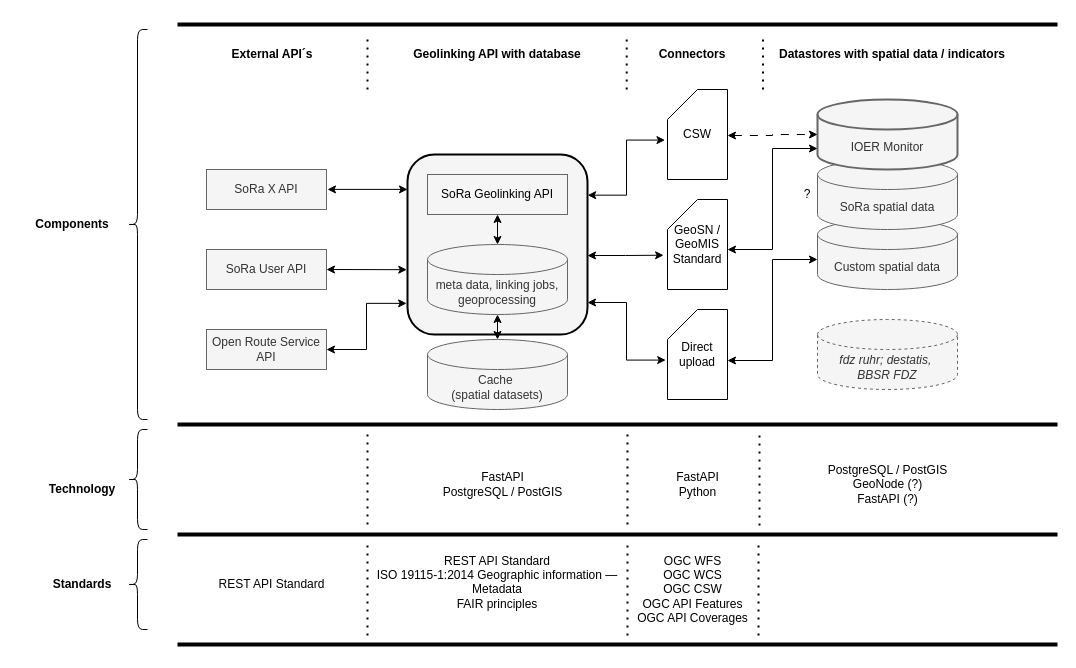
traveller195/draw_io keeps this draw.io diagram as sora/sora_geolinking_network_v5_fuer_SAB.drawio. Above is the earlier version. Source tidied: cells renumbered, new cells numbered last; positions are measured from the earlier drawing's top-left corner, leaving out a move shared by most shapes. Both pictures are drawn from the tidied source at 100%, with x=0, y=0 at pixel (17, 19).
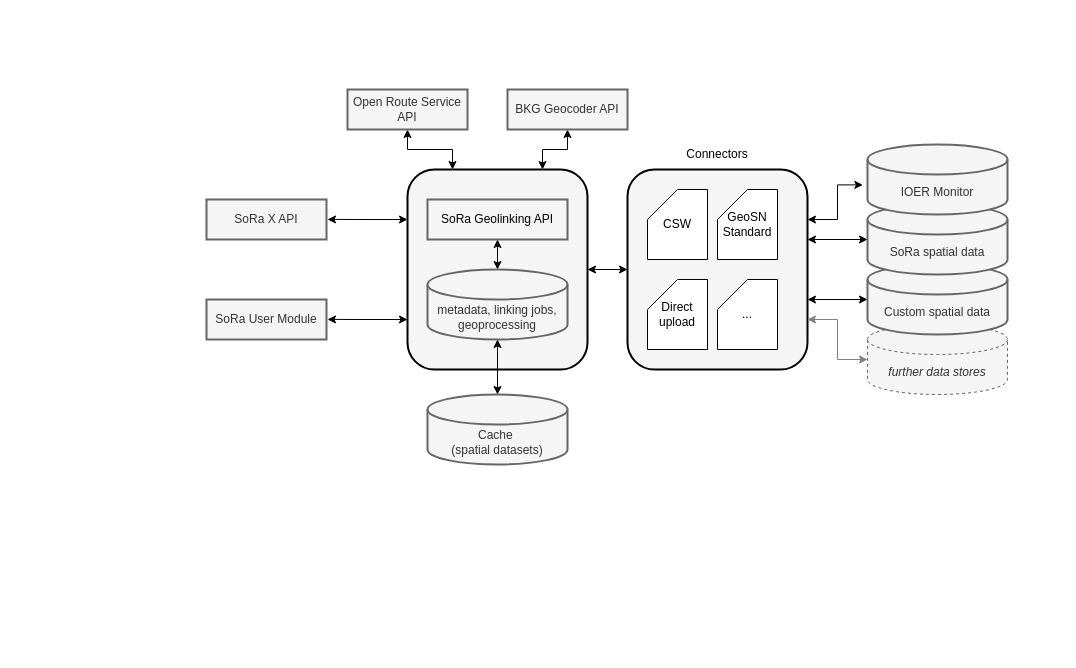
After the change.

What changed in the source:
```diff
@@
+    <mxCell id="5" value="&lt;div&gt;&lt;i&gt;further data stores&lt;br&gt;&lt;/i&gt;&lt;/div&gt;" style="shape=cylinder3;whiteSpace=wrap;html=1;boundedLbl=1;backgroundOutline=1;size=15;fillColor=#f5f5f5;fontColor=#333333;strokeColor=#666666;dashed=1;" parent="1" vertex="1">
+      <mxGeometry x="850" y="305" width="140" height="70" as="geometry" />
+    </mxCell>
+    <mxCell id="57" style="rounded=1;whiteSpace=wrap;html=1;fillColor=#F5F5F5;strokeWidth=2;" parent="1" vertex="1">
+      <mxGeometry x="610" y="150" width="180" height="200" as="geometry" />
+    </mxCell>
-    <mxCell id="2" value="&lt;div&gt;Cache&amp;nbsp;&lt;/div&gt;&lt;div&gt;(spatial datasets)&lt;br&gt;&lt;/div&gt;" style="shape=cylinder3;whiteSpace=wrap;html=1;boundedLbl=1;backgroundOutline=1;size=15;fillColor=#f5f5f5;fontColor=#333333;strokeColor=#666666;" parent="1" vertex="1">
-      <mxGeometry x="410" y="320" width="140" height="70" as="geometry" />
+    <mxCell id="2" value="&lt;div&gt;Cache&amp;nbsp;&lt;/div&gt;&lt;div&gt;(spatial datasets)&lt;br&gt;&lt;/div&gt;" style="shape=cylinder3;whiteSpace=wrap;html=1;boundedLbl=1;backgroundOutline=1;size=15;fillColor=#f5f5f5;fontColor=#333333;strokeColor=#666666;strokeWidth=2;" parent="1" vertex="1">
+      <mxGeometry x="410" y="375" width="140" height="70" as="geometry" />
     </mxCell>
-    <mxCell id="3" value="Custom spatial data" style="shape=cylinder3;whiteSpace=wrap;html=1;boundedLbl=1;backgroundOutline=1;size=15;fillColor=#f5f5f5;fontColor=#333333;strokeColor=#666666;" parent="1" vertex="1">
-      <mxGeometry x="800" y="200" width="140" height="70" as="geometry" />
+    <mxCell id="3" value="Custom spatial data" style="shape=cylinder3;whiteSpace=wrap;html=1;boundedLbl=1;backgroundOutline=1;size=15;fillColor=#f5f5f5;fontColor=#333333;strokeColor=#666666;strokeWidth=2;" parent="1" vertex="1">
+      <mxGeometry x="850" y="245" width="140" height="70" as="geometry" />
     </mxCell>
+    <mxCell id="58" style="edgeStyle=orthogonalEdgeStyle;rounded=0;jettySize=auto;html=1;exitX=1;exitY=0.5;exitDx=0;exitDy=0;entryX=0;entryY=0.5;entryDx=0;entryDy=0;startArrow=classic;startFill=1;" parent="1" edge="1" source="4" target="57">
+      <mxGeometry relative="1" as="geometry" />
+    </mxCell>
+    <mxCell id="59" style="edgeStyle=orthogonalEdgeStyle;rounded=0;jettySize=auto;html=1;exitX=0.25;exitY=0;exitDx=0;exitDy=0;entryX=0.5;entryY=1;entryDx=0;entryDy=0;startArrow=classic;startFill=1;" parent="1" edge="1" source="4" target="8">
+      <mxGeometry relative="1" as="geometry" />
+    </mxCell>
+    <mxCell id="60" style="edgeStyle=orthogonalEdgeStyle;rounded=0;jettySize=auto;html=1;exitX=0.75;exitY=0;exitDx=0;exitDy=0;entryX=0.5;entryY=1;entryDx=0;entryDy=0;startArrow=classic;startFill=1;" parent="1" edge="1" source="4" target="63">
+      <mxGeometry relative="1" as="geometry" />
+    </mxCell>
+    <mxCell id="61" style="edgeStyle=orthogonalEdgeStyle;rounded=0;jettySize=auto;html=1;exitX=0;exitY=0.25;exitDx=0;exitDy=0;startArrow=classic;startFill=1;" parent="1" edge="1" source="4">
+      <mxGeometry relative="1" as="geometry">
+        <mxPoint x="310" y="199.9" as="targetPoint" />
+      </mxGeometry>
+    </mxCell>
+    <mxCell id="62" style="edgeStyle=orthogonalEdgeStyle;rounded=0;jettySize=auto;html=1;exitX=0;exitY=0.75;exitDx=0;exitDy=0;startArrow=classic;startFill=1;" parent="1" edge="1" source="4">
+      <mxGeometry relative="1" as="geometry">
+        <mxPoint x="310" y="299.9" as="targetPoint" />
+      </mxGeometry>
+    </mxCell>
     <mxCell id="4" style="rounded=1;whiteSpace=wrap;html=1;fillColor=#F5F5F5;strokeWidth=2;" parent="1" vertex="1">
-      <mxGeometry x="390" y="135" width="180" height="180" as="geometry" />
+      <mxGeometry x="390" y="150" width="180" height="200" as="geometry" />
     </mxCell>
-    <mxCell id="5" value="&lt;div&gt;&lt;i&gt;fdz ruhr; destatis,&amp;nbsp;&lt;/i&gt;&lt;/div&gt;&lt;div&gt;&lt;i&gt;BBSR FDZ&lt;/i&gt;&lt;/div&gt;" style="shape=cylinder3;whiteSpace=wrap;html=1;boundedLbl=1;backgroundOutline=1;size=15;fillColor=#f5f5f5;fontColor=#333333;strokeColor=#666666;dashed=1;" parent="1" vertex="1">
-      <mxGeometry x="800" y="300" width="140" height="70" as="geometry" />
-    </mxCell>
-    <mxCell id="6" value="SoRa X API" style="rounded=0;whiteSpace=wrap;html=1;fillColor=#f5f5f5;fontColor=#333333;strokeColor=#666666;" parent="1" vertex="1">
-      <mxGeometry x="189" y="150" width="120" height="40" as="geometry" />
+    <mxCell id="6" value="SoRa X API" style="rounded=0;whiteSpace=wrap;html=1;fillColor=#f5f5f5;fontColor=#333333;strokeColor=#666666;strokeWidth=2;" parent="1" vertex="1">
+      <mxGeometry x="189" y="180" width="120" height="40" as="geometry" />
     </mxCell>
-    <mxCell id="7" value="SoRa User API" style="rounded=0;whiteSpace=wrap;html=1;fillColor=#f5f5f5;fontColor=#333333;strokeColor=#666666;" parent="1" vertex="1">
-      <mxGeometry x="189" y="230" width="120" height="40" as="geometry" />
+    <mxCell id="7" value="SoRa User Module" style="rounded=0;whiteSpace=wrap;html=1;fillColor=#f5f5f5;fontColor=#333333;strokeColor=#666666;strokeWidth=2;" parent="1" vertex="1">
+      <mxGeometry x="189" y="280" width="120" height="40" as="geometry" />
     </mxCell>
-    <mxCell id="8" value="Open Route Service API" style="rounded=0;whiteSpace=wrap;html=1;fillColor=#f5f5f5;fontColor=#333333;strokeColor=#666666;" parent="1" vertex="1">
-      <mxGeometry x="189" y="310" width="120" height="40" as="geometry" />
+    <mxCell id="8" value="Open Route Service API" style="rounded=0;whiteSpace=wrap;html=1;fillColor=#f5f5f5;fontColor=#333333;strokeColor=#666666;strokeWidth=2;" parent="1" vertex="1">
+      <mxGeometry x="330" y="70" width="120" height="40" as="geometry" />
     </mxCell>
-    <mxCell id="9" value="SoRa Geolinking API" style="rounded=0;whiteSpace=wrap;html=1;fillColor=#F5F5F5;strokeColor=#666666;" parent="1" vertex="1">
-      <mxGeometry x="410" y="155" width="140" height="40" as="geometry" />
+    <mxCell id="9" value="SoRa Geolinking API" style="rounded=0;whiteSpace=wrap;html=1;fillColor=#F5F5F5;strokeColor=#666666;strokeWidth=2;" parent="1" vertex="1">
+      <mxGeometry x="410" y="180" width="140" height="40" as="geometry" />
     </mxCell>
-    <mxCell id="10" value="SoRa spatial data" style="shape=cylinder3;whiteSpace=wrap;html=1;boundedLbl=1;backgroundOutline=1;size=15;fillColor=#f5f5f5;fontColor=#333333;strokeColor=#666666;" parent="1" vertex="1">
-      <mxGeometry x="800" y="140" width="140" height="70" as="geometry" />
+    <mxCell id="10" value="SoRa spatial data" style="shape=cylinder3;whiteSpace=wrap;html=1;boundedLbl=1;backgroundOutline=1;size=15;fillColor=#f5f5f5;fontColor=#333333;strokeColor=#666666;strokeWidth=2;" parent="1" vertex="1">
+      <mxGeometry x="850" y="185" width="140" height="70" as="geometry" />
     </mxCell>
     <mxCell id="11" value="IOER Monitor" style="shape=cylinder3;whiteSpace=wrap;html=1;boundedLbl=1;backgroundOutline=1;size=15;fillColor=#f5f5f5;fontColor=#333333;strokeColor=#666666;strokeWidth=2;" parent="1" vertex="1">
-      <mxGeometry x="800" y="80" width="140" height="70" as="geometry" />
+      <mxGeometry x="850" y="125" width="140" height="70" as="geometry" />
     </mxCell>
-    <mxCell id="12" value="meta data, linking jobs, geoprocessing" style="shape=cylinder3;whiteSpace=wrap;html=1;boundedLbl=1;backgroundOutline=1;size=15;fillColor=#f5f5f5;fontColor=#333333;strokeColor=#666666;" parent="1" vertex="1">
-      <mxGeometry x="410" y="225" width="140" height="70" as="geometry" />
+    <mxCell id="12" value="metadata, linking jobs, geoprocessing" style="shape=cylinder3;whiteSpace=wrap;html=1;boundedLbl=1;backgroundOutline=1;size=15;fillColor=#f5f5f5;fontColor=#333333;strokeColor=#666666;strokeWidth=2;" parent="1" vertex="1">
+      <mxGeometry x="410" y="250" width="140" height="70" as="geometry" />
     </mxCell>
-    <mxCell id="13" value="&lt;div&gt;FastAPI&lt;/div&gt;&lt;div&gt;Python&lt;br&gt;&lt;/div&gt;" style="text;html=1;strokeColor=none;fillColor=none;align=center;verticalAlign=middle;whiteSpace=wrap;rounded=0;" parent="1" vertex="1">
-      <mxGeometry x="614.5" y="450" width="131" height="30" as="geometry" />
-    </mxCell>
-    <mxCell id="14" value="Geolinking API with database" style="text;html=1;strokeColor=none;fillColor=none;align=center;verticalAlign=middle;whiteSpace=wrap;rounded=0;fontStyle=1;" parent="1" vertex="1">
-      <mxGeometry x="350" y="20" width="260" height="30" as="geometry" />
-    </mxCell>
-    <mxCell id="15" style="line;strokeWidth=4;html=1;perimeter=backbonePerimeter;" parent="1" vertex="1">
-      <mxGeometry x="160" width="880" height="10" as="geometry" />
-    </mxCell>
@@
-    <mxCell id="17" value="Connectors" style="text;html=1;strokeColor=none;fillColor=none;align=center;verticalAlign=middle;whiteSpace=wrap;rounded=0;fontStyle=1;" parent="1" vertex="1">
-      <mxGeometry x="610" y="20" width="130" height="30" as="geometry" />
-    </mxCell>
-    <mxCell id="18" value="Datastores with spatial data / indicators" style="text;html=1;strokeColor=none;fillColor=none;align=center;verticalAlign=middle;whiteSpace=wrap;rounded=0;fontStyle=1;" parent="1" vertex="1">
-      <mxGeometry x="740" y="20" width="270" height="30" as="geometry" />
-    </mxCell>
     <mxCell id="19" value="CSW" style="shape=card;whiteSpace=wrap;html=1;" parent="1" vertex="1">
-      <mxGeometry x="650" y="70" width="60" height="90" as="geometry" />
+      <mxGeometry x="630" y="170" width="60" height="70" as="geometry" />
     </mxCell>
-    <mxCell id="20" value="GeoSN / GeoMIS Standard" style="shape=card;whiteSpace=wrap;html=1;" parent="1" vertex="1">
-      <mxGeometry x="650" y="180" width="60" height="90" as="geometry" />
+    <mxCell id="20" value="&lt;font style=&quot;font-size: 12px;&quot;&gt;GeoSN Standard&lt;/font&gt;" style="shape=card;whiteSpace=wrap;html=1;" parent="1" vertex="1">
+      <mxGeometry x="700" y="170" width="60" height="70" as="geometry" />
     </mxCell>
     <mxCell id="21" value="Direct upload" style="shape=card;whiteSpace=wrap;html=1;" parent="1" vertex="1">
-      <mxGeometry x="650" y="290" width="60" height="90" as="geometry" />
+      <mxGeometry x="630" y="260" width="60" height="70" as="geometry" />
     </mxCell>
-    <mxCell id="22" value="External API´s" style="text;html=1;strokeColor=none;fillColor=none;align=center;verticalAlign=middle;whiteSpace=wrap;rounded=0;fontStyle=1;" parent="1" vertex="1">
-      <mxGeometry x="160" y="20" width="190" height="30" as="geometry" />
-    </mxCell>
-    <mxCell id="23" style="line;strokeWidth=4;html=1;perimeter=backbonePerimeter;" parent="1" vertex="1">
-      <mxGeometry x="160" y="400" width="880" height="10" as="geometry" />
-    </mxCell>
-    <mxCell id="24" style="line;strokeWidth=4;html=1;perimeter=backbonePerimeter;" parent="1" vertex="1">
-      <mxGeometry x="160" y="510" width="880" height="10" as="geometry" />
-    </mxCell>
-    <mxCell id="25" style="line;strokeWidth=4;html=1;perimeter=backbonePerimeter;" parent="1" vertex="1">
-      <mxGeometry x="160" y="620" width="880" height="10" as="geometry" />
-    </mxCell>
-    <mxCell id="26" style="shape=curlyBracket;whiteSpace=wrap;html=1;rounded=1;labelPosition=left;verticalLabelPosition=middle;align=right;verticalAlign=middle;" parent="1" vertex="1">
-      <mxGeometry x="110" y="10" width="20" height="390" as="geometry" />
-    </mxCell>
-    <mxCell id="27" style="shape=curlyBracket;whiteSpace=wrap;html=1;rounded=1;labelPosition=left;verticalLabelPosition=middle;align=right;verticalAlign=middle;" parent="1" vertex="1">
-      <mxGeometry x="110" y="410" width="20" height="100" as="geometry" />
-    </mxCell>
-    <mxCell id="28" style="shape=curlyBracket;whiteSpace=wrap;html=1;rounded=1;labelPosition=left;verticalLabelPosition=middle;align=right;verticalAlign=middle;" parent="1" vertex="1">
-      <mxGeometry x="110" y="520" width="20" height="90" as="geometry" />
-    </mxCell>
-    <mxCell id="29" value="&lt;b&gt;Components&lt;/b&gt;" style="text;html=1;strokeColor=none;fillColor=none;align=center;verticalAlign=middle;whiteSpace=wrap;rounded=0;" parent="1" vertex="1">
-      <mxGeometry y="190" width="110" height="30" as="geometry" />
-    </mxCell>
-    <mxCell id="30" value="&lt;b&gt;Standards&lt;/b&gt;" style="text;html=1;strokeColor=none;fillColor=none;align=center;verticalAlign=middle;whiteSpace=wrap;rounded=0;" parent="1" vertex="1">
-      <mxGeometry x="10" y="550" width="110" height="30" as="geometry" />
-    </mxCell>
-    <mxCell id="31" value="&lt;b&gt;Technology&lt;/b&gt;" style="text;html=1;strokeColor=none;fillColor=none;align=center;verticalAlign=middle;whiteSpace=wrap;rounded=0;" parent="1" vertex="1">
-      <mxGeometry x="10" y="455" width="110" height="30" as="geometry" />
-    </mxCell>
-    <mxCell id="32" value="&lt;div&gt;REST API Standard&lt;/div&gt;&lt;div&gt;ISO 19115-1:2014 Geographic information — Metadata&lt;/div&gt;&lt;div&gt;FAIR principles&lt;br&gt;&lt;/div&gt;&lt;div&gt;&lt;br&gt;&lt;/div&gt;" style="text;html=1;strokeColor=none;fillColor=none;align=center;verticalAlign=middle;whiteSpace=wrap;rounded=0;" parent="1" vertex="1">
-      <mxGeometry x="350" y="540" width="260" height="60" as="geometry" />
-    </mxCell>
-    <mxCell id="33" value="&lt;div&gt;FastAPI&lt;/div&gt;&lt;div&gt;PostgreSQL / PostGIS&lt;br&gt;&lt;/div&gt;" style="text;html=1;strokeColor=none;fillColor=none;align=center;verticalAlign=middle;whiteSpace=wrap;rounded=0;" parent="1" vertex="1">
-      <mxGeometry x="420" y="450" width="131" height="30" as="geometry" />
-    </mxCell>
-    <mxCell id="34" value="&lt;div&gt;PostgreSQL / PostGIS&lt;/div&gt;&lt;div&gt;GeoNode (?)&lt;br&gt;FastAPI (?)&lt;br&gt;&lt;/div&gt;" style="text;html=1;strokeColor=none;fillColor=none;align=center;verticalAlign=middle;whiteSpace=wrap;rounded=0;" parent="1" vertex="1">
-      <mxGeometry x="804.5" y="450" width="131" height="30" as="geometry" />
-    </mxCell>
-    <mxCell id="35" value="&lt;div&gt;OGC WFS&lt;/div&gt;&lt;div&gt;OGC WCS&lt;/div&gt;&lt;div&gt;OGC CSW&lt;/div&gt;&lt;div&gt;OGC API Features&lt;/div&gt;&lt;div&gt;OGC API Coverages&lt;br&gt;&lt;/div&gt;" style="text;html=1;strokeColor=none;fillColor=none;align=center;verticalAlign=middle;whiteSpace=wrap;rounded=0;" parent="1" vertex="1">
-      <mxGeometry x="610" y="555" width="131" height="30" as="geometry" />
-    </mxCell>
-    <mxCell id="36" value="REST API Standard" style="text;html=1;strokeColor=none;fillColor=none;align=center;verticalAlign=middle;whiteSpace=wrap;rounded=0;" parent="1" vertex="1">
-      <mxGeometry x="189" y="550" width="131" height="30" as="geometry" />
-    </mxCell>
-    <mxCell id="37" style="endArrow=none;dashed=1;html=1;dashPattern=1 3;strokeWidth=2;rounded=0;" parent="1" edge="1">
-      <mxGeometry relative="1" as="geometry">
-        <mxPoint x="350" y="505" as="sourcePoint" />
-        <mxPoint x="350" y="415" as="targetPoint" />
-      </mxGeometry>
-    </mxCell>
-    <mxCell id="38" style="endArrow=none;dashed=1;html=1;dashPattern=1 3;strokeWidth=2;rounded=0;" parent="1" edge="1">
-      <mxGeometry relative="1" as="geometry">
-        <mxPoint x="610" y="505" as="sourcePoint" />
-        <mxPoint x="610" y="415" as="targetPoint" />
-      </mxGeometry>
-    </mxCell>
-    <mxCell id="39" style="endArrow=none;dashed=1;html=1;dashPattern=1 3;strokeWidth=2;rounded=0;" parent="1" edge="1">
-      <mxGeometry relative="1" as="geometry">
-        <mxPoint x="742" y="506" as="sourcePoint" />
-        <mxPoint x="742" y="416" as="targetPoint" />
-      </mxGeometry>
-    </mxCell>
-    <mxCell id="40" style="endArrow=none;dashed=1;html=1;dashPattern=1 3;strokeWidth=2;rounded=0;" parent="1" edge="1">
-      <mxGeometry relative="1" as="geometry">
-        <mxPoint x="610" y="616" as="sourcePoint" />
-        <mxPoint x="610" y="526" as="targetPoint" />
-      </mxGeometry>
-    </mxCell>
-    <mxCell id="41" style="endArrow=none;dashed=1;html=1;dashPattern=1 3;strokeWidth=2;rounded=0;" parent="1" edge="1">
-      <mxGeometry relative="1" as="geometry">
-        <mxPoint x="741" y="616" as="sourcePoint" />
-        <mxPoint x="741" y="526" as="targetPoint" />
-      </mxGeometry>
-    </mxCell>
-    <mxCell id="42" style="endArrow=none;dashed=1;html=1;dashPattern=1 3;strokeWidth=2;rounded=0;" parent="1" edge="1">
-      <mxGeometry relative="1" as="geometry">
-        <mxPoint x="350" y="616" as="sourcePoint" />
-        <mxPoint x="350" y="526" as="targetPoint" />
-      </mxGeometry>
-    </mxCell>
-    <mxCell id="43" style="endArrow=classic;startArrow=classic;html=1;rounded=0;exitX=1;exitY=0.5;exitDx=0;exitDy=0;entryX=-0.004;entryY=0.64;entryDx=0;entryDy=0;entryPerimeter=0;" parent="1" edge="1" source="7" target="4">
-      <mxGeometry relative="1" as="geometry" />
-    </mxCell>
-    <mxCell id="44" style="endArrow=classic;startArrow=classic;html=1;rounded=0;exitX=1;exitY=0.5;exitDx=0;exitDy=0;entryX=-0.004;entryY=0.64;entryDx=0;entryDy=0;entryPerimeter=0;startFill=1;" parent="1" edge="1">
-      <mxGeometry relative="1" as="geometry">
-        <mxPoint x="310" y="169.9" as="sourcePoint" />
-        <mxPoint x="390" y="169.9" as="targetPoint" />
-      </mxGeometry>
-    </mxCell>
-    <mxCell id="45" style="edgeStyle=elbowEdgeStyle;elbow=horizontal;endArrow=classic;html=1;curved=0;rounded=0;endSize=6;startSize=6;exitX=1;exitY=0.5;exitDx=0;exitDy=0;entryX=-0.005;entryY=0.827;entryDx=0;entryDy=0;entryPerimeter=0;startArrow=classic;startFill=1;" parent="1" edge="1" source="8" target="4">
-      <mxGeometry relative="1" as="geometry" />
-    </mxCell>
-    <mxCell id="46" style="edgeStyle=elbowEdgeStyle;elbow=horizontal;endArrow=classic;html=1;curved=0;rounded=0;endSize=6;startSize=6;exitX=1.001;exitY=0.226;exitDx=0;exitDy=0;startArrow=classic;startFill=1;exitPerimeter=0;entryX=-0.042;entryY=0.562;entryDx=0;entryDy=0;entryPerimeter=0;" parent="1" edge="1" source="4" target="19">
-      <mxGeometry relative="1" as="geometry" />
-    </mxCell>
-    <mxCell id="47" style="edgeStyle=elbowEdgeStyle;elbow=horizontal;endArrow=classic;html=1;curved=0;rounded=0;endSize=6;startSize=6;exitX=1;exitY=0.5;exitDx=0;exitDy=0;entryX=-0.065;entryY=0.619;entryDx=0;entryDy=0;entryPerimeter=0;startArrow=classic;startFill=1;" parent="1" edge="1" target="20">
-      <mxGeometry relative="1" as="geometry">
-        <mxPoint x="570" y="236" as="sourcePoint" />
-      </mxGeometry>
-    </mxCell>
-    <mxCell id="48" style="edgeStyle=elbowEdgeStyle;elbow=horizontal;endArrow=classic;html=1;curved=0;rounded=0;endSize=6;startSize=6;exitX=1;exitY=0.5;exitDx=0;exitDy=0;entryX=-0.03;entryY=0.562;entryDx=0;entryDy=0;entryPerimeter=0;startArrow=classic;startFill=1;" parent="1" edge="1" target="21">
-      <mxGeometry relative="1" as="geometry">
-        <mxPoint x="570" y="283" as="sourcePoint" />
-      </mxGeometry>
-    </mxCell>
-    <mxCell id="49" style="edgeStyle=elbowEdgeStyle;elbow=horizontal;endArrow=classic;html=1;curved=0;rounded=0;endSize=6;startSize=6;exitX=1;exitY=0.5;exitDx=0;exitDy=0;startArrow=classic;startFill=1;" parent="1" edge="1">
-      <mxGeometry relative="1" as="geometry">
-        <mxPoint x="710" y="341" as="sourcePoint" />
-        <mxPoint x="800" y="240" as="targetPoint" />
-      </mxGeometry>
-    </mxCell>
-    <mxCell id="50" style="edgeStyle=elbowEdgeStyle;elbow=horizontal;endArrow=classic;html=1;curved=0;rounded=0;endSize=6;startSize=6;exitX=1;exitY=0.5;exitDx=0;exitDy=0;entryX=0;entryY=0.5;entryDx=0;entryDy=0;entryPerimeter=0;startArrow=classic;startFill=1;dashed=1;dashPattern=8 8;" parent="1" edge="1" target="11">
-      <mxGeometry relative="1" as="geometry">
-        <mxPoint x="710" y="116" as="sourcePoint" />
-      </mxGeometry>
-    </mxCell>
-    <mxCell id="51" style="edgeStyle=elbowEdgeStyle;elbow=horizontal;endArrow=classic;html=1;curved=0;rounded=0;endSize=6;startSize=6;exitX=1;exitY=0.5;exitDx=0;exitDy=0;startArrow=classic;startFill=1;" parent="1" edge="1">
-      <mxGeometry relative="1" as="geometry">
-        <mxPoint x="710" y="230" as="sourcePoint" />
-        <mxPoint x="800" y="129" as="targetPoint" />
-      </mxGeometry>
-    </mxCell>
-    <mxCell id="52" value="?" style="text;html=1;strokeColor=none;fillColor=none;align=center;verticalAlign=middle;whiteSpace=wrap;rounded=0;" parent="1" vertex="1">
-      <mxGeometry x="774.5" y="160" width="30" height="30" as="geometry" />
-    </mxCell>
-    <mxCell id="53" style="endArrow=none;dashed=1;html=1;dashPattern=1 3;strokeWidth=2;rounded=0;" parent="1" edge="1">
-      <mxGeometry relative="1" as="geometry">
-        <mxPoint x="350" y="70" as="sourcePoint" />
-        <mxPoint x="350" y="20" as="targetPoint" />
-      </mxGeometry>
-    </mxCell>
-    <mxCell id="54" style="endArrow=none;dashed=1;html=1;dashPattern=1 3;strokeWidth=2;rounded=0;" parent="1" edge="1">
-      <mxGeometry relative="1" as="geometry">
-        <mxPoint x="609.2" y="70" as="sourcePoint" />
-        <mxPoint x="609.2" y="20" as="targetPoint" />
-      </mxGeometry>
-    </mxCell>
-    <mxCell id="55" style="endArrow=none;dashed=1;html=1;dashPattern=1 3;strokeWidth=2;rounded=0;" parent="1" edge="1">
-      <mxGeometry relative="1" as="geometry">
-        <mxPoint x="745.5" y="70" as="sourcePoint" />
-        <mxPoint x="745.5" y="20" as="targetPoint" />
-      </mxGeometry>
-    </mxCell>
@@
+    <mxCell id="63" value="BKG Geocoder API" style="rounded=0;whiteSpace=wrap;html=1;fillColor=#f5f5f5;fontColor=#333333;strokeColor=#666666;strokeWidth=2;" parent="1" vertex="1">
+      <mxGeometry x="490" y="70" width="120" height="40" as="geometry" />
+    </mxCell>
+    <mxCell id="64" value="..." style="shape=card;whiteSpace=wrap;html=1;" parent="1" vertex="1">
+      <mxGeometry x="700" y="260" width="60" height="70" as="geometry" />
+    </mxCell>
+    <mxCell id="65" style="edgeStyle=orthogonalEdgeStyle;rounded=0;jettySize=auto;html=1;exitX=1;exitY=0.25;exitDx=0;exitDy=0;entryX=-0.033;entryY=0.577;entryDx=0;entryDy=0;entryPerimeter=0;startArrow=classic;startFill=1;" parent="1" edge="1" source="57" target="11">
+      <mxGeometry relative="1" as="geometry" />
+    </mxCell>
+    <mxCell id="66" style="edgeStyle=orthogonalEdgeStyle;rounded=0;jettySize=auto;html=1;entryX=0;entryY=0.5;entryDx=0;entryDy=0;entryPerimeter=0;startArrow=classic;startFill=1;" parent="1" edge="1" target="10">
+      <mxGeometry relative="1" as="geometry">
+        <mxPoint x="790" y="220" as="sourcePoint" />
+        <Array as="points">
+          <mxPoint x="790" y="220" />
+        </Array>
+      </mxGeometry>
+    </mxCell>
+    <mxCell id="67" style="edgeStyle=orthogonalEdgeStyle;rounded=0;orthogonalLoop=1;jettySize=auto;html=1;startArrow=classic;startFill=1;" parent="1" edge="1">
+      <mxGeometry relative="1" as="geometry">
+        <mxPoint x="790" y="280" as="sourcePoint" />
+        <mxPoint x="850" y="280" as="targetPoint" />
+        <Array as="points">
+          <mxPoint x="790" y="280" />
+        </Array>
+      </mxGeometry>
+    </mxCell>
+    <mxCell id="68" style="edgeStyle=orthogonalEdgeStyle;rounded=0;jettySize=auto;html=1;exitX=1;exitY=0.75;exitDx=0;exitDy=0;entryX=0;entryY=0.5;entryDx=0;entryDy=0;entryPerimeter=0;startArrow=classic;startFill=1;strokeColor=#808080;" parent="1" edge="1" source="57" target="5">
+      <mxGeometry relative="1" as="geometry" />
+    </mxCell>
+    <mxCell id="17" value="Connectors" style="text;html=1;align=center;verticalAlign=middle;whiteSpace=wrap;rounded=0;" parent="1" vertex="1">
+      <mxGeometry x="670" y="120" width="60" height="30" as="geometry" />
+    </mxCell>
```
